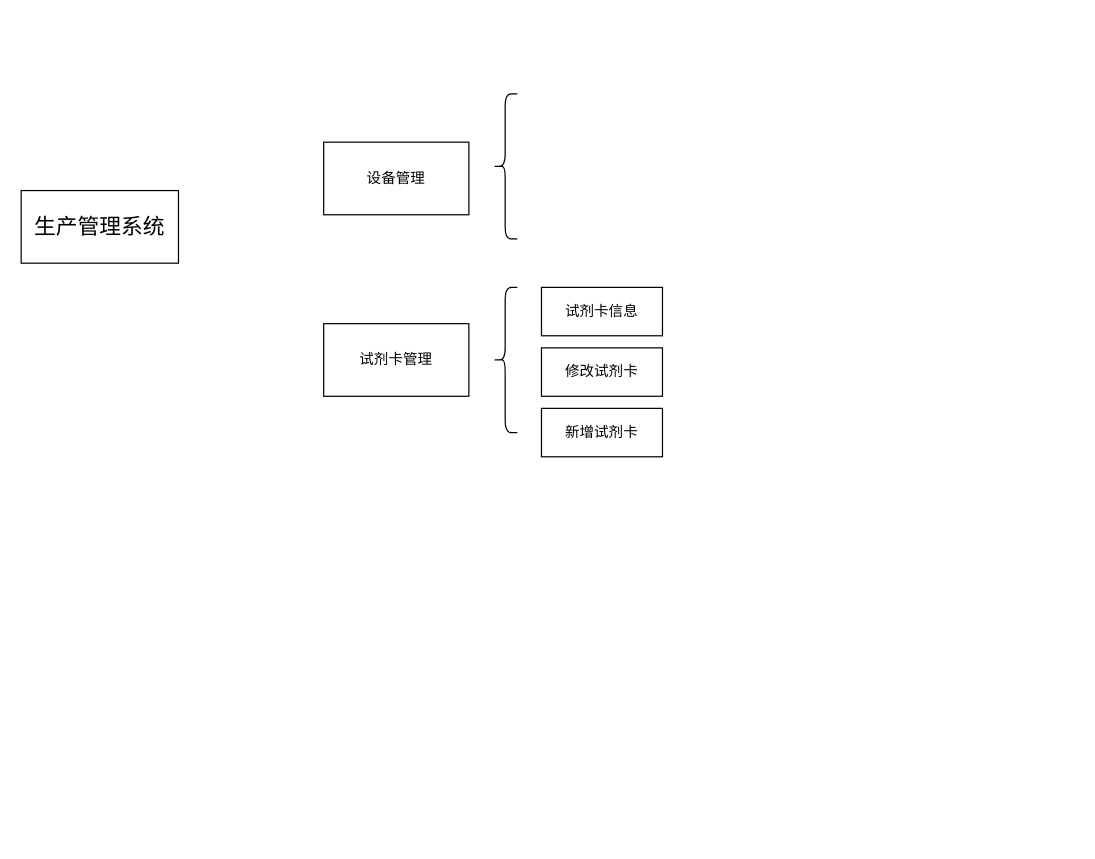
Above: 生产管理系统.drawio in lliecho/test (draw.io), before the change. Source tidied: cells renumbered, new cells numbered last; positions are measured from the earlier drawing's top-left corner, leaving out a move shared by most shapes. Both pictures are drawn from the tidied source at 121%, with x=0, y=0 at pixel (21, 93).
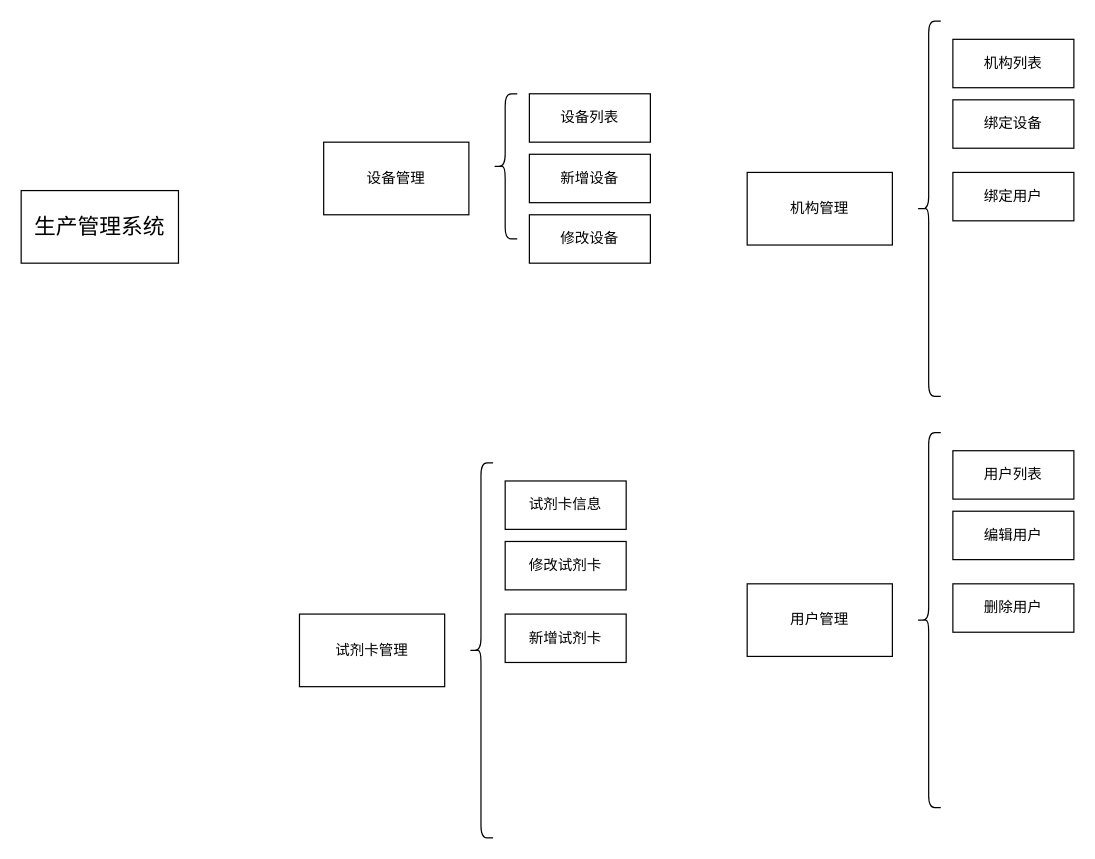
After the change.

Commit message (it also covers changes not shown here):
更新生产管理系统.drawio

Change to the diagram source:
```diff
@@
     <mxCell id="5" value="试剂卡管理" style="rounded=0;whiteSpace=wrap;html=1;" parent="1" vertex="1">
-      <mxGeometry x="250" y="190" width="120" height="60" as="geometry" />
+      <mxGeometry x="230" y="430" width="120" height="60" as="geometry" />
     </mxCell>
     <mxCell id="6" style="shape=curlyBracket;whiteSpace=wrap;html=1;rounded=1;labelPosition=left;verticalLabelPosition=middle;align=right;verticalAlign=middle;" parent="1" vertex="1">
-      <mxGeometry x="390" y="160" width="20" height="120" as="geometry" />
+      <mxGeometry x="370" y="305" width="20" height="310" as="geometry" />
     </mxCell>
     <mxCell id="7" value="试剂卡信息" style="rounded=0;whiteSpace=wrap;html=1;" parent="1" vertex="1">
-      <mxGeometry x="430" y="160" width="100" height="40" as="geometry" />
+      <mxGeometry x="400" y="320" width="100" height="40" as="geometry" />
     </mxCell>
     <mxCell id="8" value="修改试剂卡" style="rounded=0;whiteSpace=wrap;html=1;" parent="1" vertex="1">
-      <mxGeometry x="430" y="210" width="100" height="40" as="geometry" />
+      <mxGeometry x="400" y="370" width="100" height="40" as="geometry" />
     </mxCell>
     <mxCell id="9" value="新增试剂卡" style="rounded=0;whiteSpace=wrap;html=1;" parent="1" vertex="1">
-      <mxGeometry x="430" y="260" width="100" height="40" as="geometry" />
+      <mxGeometry x="400" y="430" width="100" height="40" as="geometry" />
     </mxCell>
+    <mxCell id="10" value="设备列表" style="rounded=0;whiteSpace=wrap;html=1;" parent="1" vertex="1">
+      <mxGeometry x="420" width="100" height="40" as="geometry" />
+    </mxCell>
+    <mxCell id="11" value="新增设备" style="rounded=0;whiteSpace=wrap;html=1;" parent="1" vertex="1">
+      <mxGeometry x="420" y="50" width="100" height="40" as="geometry" />
+    </mxCell>
+    <mxCell id="12" value="修改设备" style="rounded=0;whiteSpace=wrap;html=1;" parent="1" vertex="1">
+      <mxGeometry x="420" y="100" width="100" height="40" as="geometry" />
+    </mxCell>
+    <mxCell id="13" value="机构管理" style="rounded=0;whiteSpace=wrap;html=1;" parent="1" vertex="1">
+      <mxGeometry x="600" y="65" width="120" height="60" as="geometry" />
+    </mxCell>
+    <mxCell id="14" style="shape=curlyBracket;whiteSpace=wrap;html=1;rounded=1;labelPosition=left;verticalLabelPosition=middle;align=right;verticalAlign=middle;" parent="1" vertex="1">
+      <mxGeometry x="740" y="-60" width="20" height="310" as="geometry" />
+    </mxCell>
+    <mxCell id="15" value="机构列表" style="rounded=0;whiteSpace=wrap;html=1;" parent="1" vertex="1">
+      <mxGeometry x="770" y="-45" width="100" height="40" as="geometry" />
+    </mxCell>
+    <mxCell id="16" value="绑定设备" style="rounded=0;whiteSpace=wrap;html=1;" parent="1" vertex="1">
+      <mxGeometry x="770" y="5" width="100" height="40" as="geometry" />
+    </mxCell>
+    <mxCell id="17" value="绑定用户" style="rounded=0;whiteSpace=wrap;html=1;" parent="1" vertex="1">
+      <mxGeometry x="770" y="65" width="100" height="40" as="geometry" />
+    </mxCell>
+    <mxCell id="18" value="用户管理" style="rounded=0;whiteSpace=wrap;html=1;" parent="1" vertex="1">
+      <mxGeometry x="600" y="405" width="120" height="60" as="geometry" />
+    </mxCell>
+    <mxCell id="19" style="shape=curlyBracket;whiteSpace=wrap;html=1;rounded=1;labelPosition=left;verticalLabelPosition=middle;align=right;verticalAlign=middle;" parent="1" vertex="1">
+      <mxGeometry x="740" y="280" width="20" height="310" as="geometry" />
+    </mxCell>
+    <mxCell id="20" value="用户列表" style="rounded=0;whiteSpace=wrap;html=1;" parent="1" vertex="1">
+      <mxGeometry x="770" y="295" width="100" height="40" as="geometry" />
+    </mxCell>
+    <mxCell id="21" value="编辑用户" style="rounded=0;whiteSpace=wrap;html=1;" parent="1" vertex="1">
+      <mxGeometry x="770" y="345" width="100" height="40" as="geometry" />
+    </mxCell>
+    <mxCell id="22" value="删除用户" style="rounded=0;whiteSpace=wrap;html=1;" parent="1" vertex="1">
+      <mxGeometry x="770" y="405" width="100" height="40" as="geometry" />
+    </mxCell>
```
